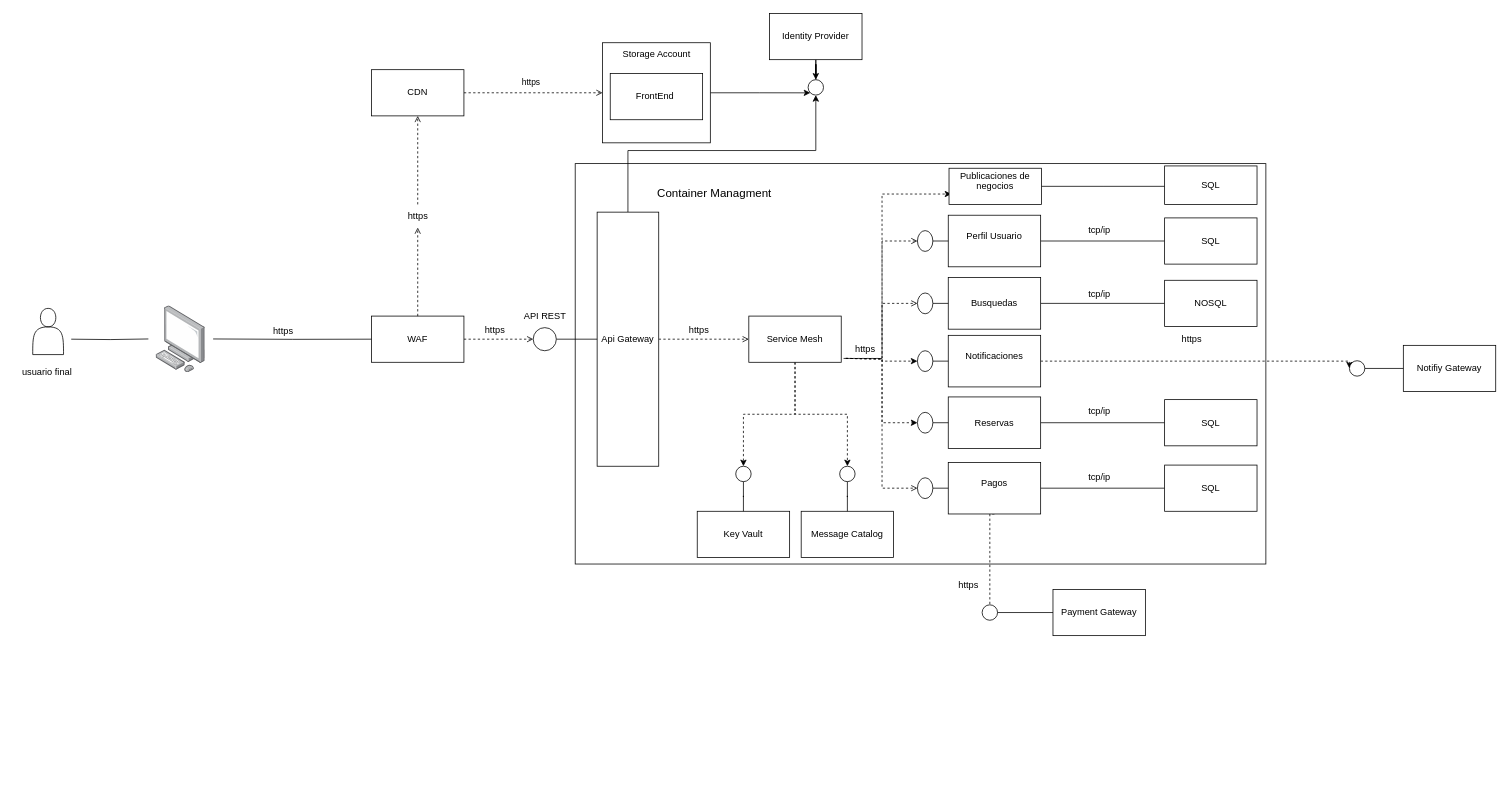
The draw.io diagram page "alternativa de solucion" (2 of 2) of Diagrama sin título.drawio in ochoa27/FindDo, before the edit. Source tidied: cells renumbered, new cells numbered last; positions are measured from the earlier drawing's top-left corner, leaving out a move shared by most shapes. Both pictures are drawn from the tidied source at 77%, with x=0, y=0 at pixel (13, 13).
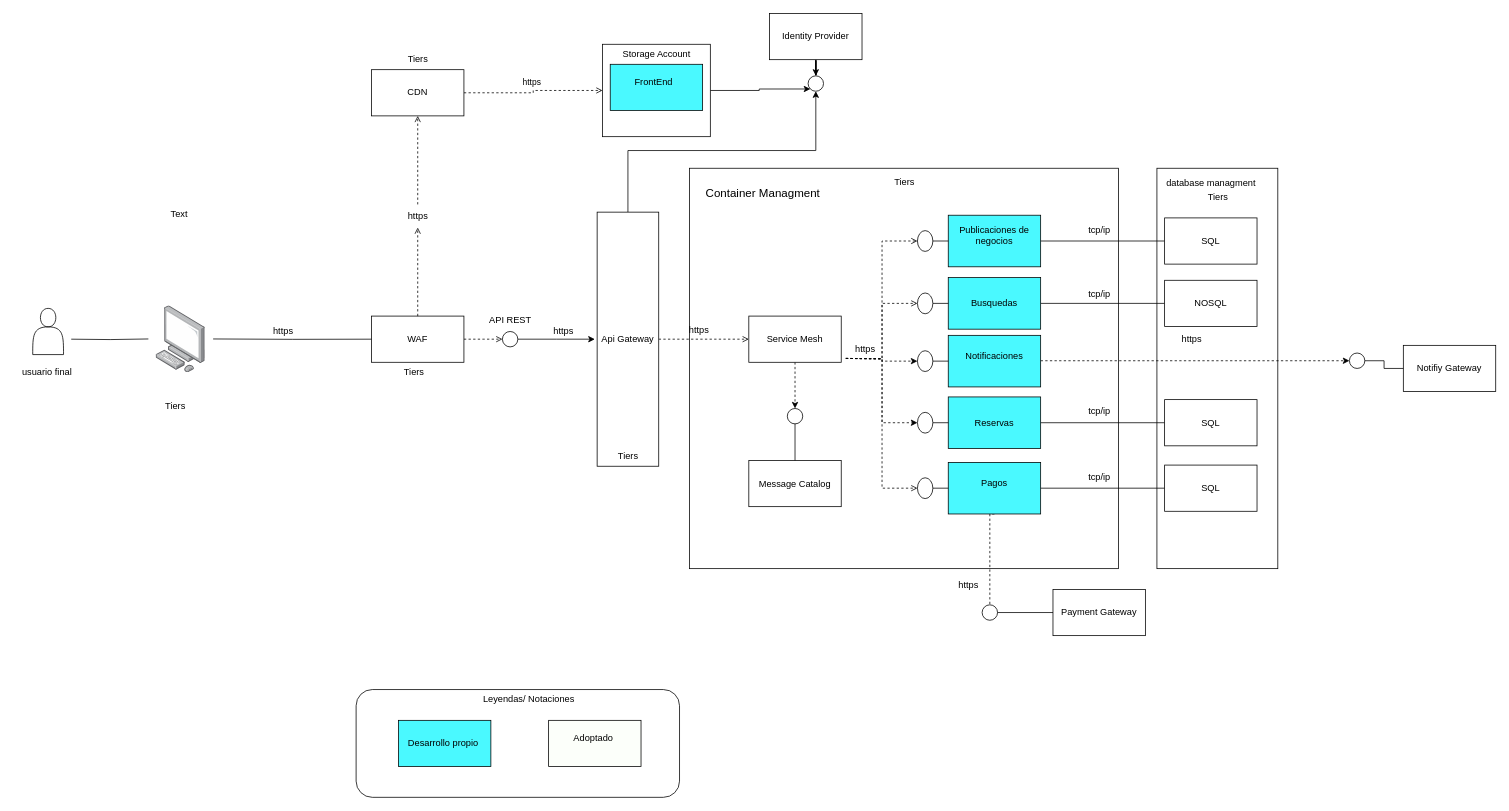
The same page after the edit.

The change refers to these unchanged cells:
```xml
<mxCell id="5" value="WAF" style="rounded=0;whiteSpace=wrap;html=1;" parent="1" vertex="1">
  <mxGeometry x="465" y="393" width="120" height="60" as="geometry" />
</mxCell>
<mxCell id="10" value="Api Gateway" style="rounded=0;whiteSpace=wrap;html=1;" parent="1" vertex="1">
  <mxGeometry x="758" y="258" width="80" height="330" as="geometry" />
</mxCell>
<mxCell id="22" value="Service Mesh" style="rounded=0;whiteSpace=wrap;html=1;" parent="1" vertex="1">
  <mxGeometry x="955" y="393" width="120" height="60" as="geometry" />
</mxCell>
```

Change to the diagram source:
```diff
@@
-    <mxCell id="2" style="rounded=0;whiteSpace=wrap;html=1;fillColor=none;" parent="1" vertex="1">
-      <mxGeometry x="729.5" y="195" width="897" height="520" as="geometry" />
-    </mxCell>
+    <mxCell id="91" style="rounded=1;whiteSpace=wrap;html=1;" parent="1" vertex="1">
+      <mxGeometry x="445" y="878" width="420" height="140" as="geometry" />
+    </mxCell>
-    <mxCell id="3" style="edgeStyle=orthogonalEdgeStyle;rounded=0;jettySize=auto;html=1;endArrow=open;endFill=0;dashed=1;" parent="1" edge="1" source="5" target="12">
-      <mxGeometry relative="1" as="geometry" />
+    <mxCell id="3" style="edgeStyle=orthogonalEdgeStyle;rounded=0;jettySize=auto;html=1;endArrow=open;endFill=0;dashed=1;" parent="1" edge="1" source="5">
+      <mxGeometry relative="1" as="geometry">
+        <mxPoint x="635" y="423" as="targetPoint" />
+      </mxGeometry>
     </mxCell>
@@
-    <mxCell id="11" style="endArrow=none;html=1;rounded=0;exitX=1;exitY=0.5;exitDx=0;exitDy=0;" parent="1" edge="1" source="12" target="10">
-      <mxGeometry relative="1" as="geometry" />
-    </mxCell>
-    <mxCell id="12" style="ellipse;whiteSpace=wrap;html=1;" parent="1" vertex="1">
-      <mxGeometry x="675" y="408" width="30" height="30" as="geometry" />
-    </mxCell>
-    <mxCell id="13" value="API REST" style="text;html=1;align=center;verticalAlign=middle;strokeColor=none;fillColor=none;" parent="1" vertex="1">
-      <mxGeometry x="650" y="378" width="80" height="30" as="geometry" />
-    </mxCell>
     <mxCell id="14" value="https" style="text;html=1;align=center;verticalAlign=middle;strokeColor=none;fillColor=none;" parent="1" vertex="1">
-      <mxGeometry x="600" y="396" width="50" height="30" as="geometry" />
+      <mxGeometry x="689" y="398" width="50" height="30" as="geometry" />
     </mxCell>
@@
-    <mxCell id="20" style="edgeStyle=orthogonalEdgeStyle;rounded=0;jettySize=auto;html=1;entryX=0.5;entryY=0;entryDx=0;entryDy=0;dashed=1;exitX=0.5;exitY=1;exitDx=0;exitDy=0;" parent="1" edge="1" source="22" target="74">
-      <mxGeometry relative="1" as="geometry" />
-    </mxCell>
@@
-    <mxCell id="25" value="Perfil Usuario&lt;div&gt;&lt;br&gt;&lt;/div&gt;" style="rounded=0;whiteSpace=wrap;html=1;" parent="1" vertex="1">
+    <mxCell id="25" value="&lt;div&gt;&lt;div&gt;Publicaciones de negocios&lt;/div&gt;&lt;div&gt;&lt;br&gt;&lt;/div&gt;&lt;/div&gt;" style="rounded=0;whiteSpace=wrap;html=1;fillColor=#4AF9FF;" parent="1" vertex="1">
       <mxGeometry x="1214" y="262" width="120" height="67" as="geometry" />
     </mxCell>
@@
-    <mxCell id="29" value="Busquedas" style="rounded=0;whiteSpace=wrap;html=1;" parent="1" vertex="1">
+    <mxCell id="29" value="Busquedas" style="rounded=0;whiteSpace=wrap;html=1;fillColor=#4AF9FF;" parent="1" vertex="1">
       <mxGeometry x="1214" y="343" width="120" height="67" as="geometry" />
     </mxCell>
@@
-    <mxCell id="34" value="Pagos&lt;div&gt;&lt;br&gt;&lt;/div&gt;" style="rounded=0;whiteSpace=wrap;html=1;" parent="1" vertex="1">
+    <mxCell id="34" value="Pagos&lt;div&gt;&lt;br&gt;&lt;/div&gt;" style="rounded=0;whiteSpace=wrap;html=1;fillColor=#4AF9FF;" parent="1" vertex="1">
       <mxGeometry x="1214" y="583" width="120" height="67" as="geometry" />
     </mxCell>
@@
-    <mxCell id="37" style="edgeStyle=orthogonalEdgeStyle;rounded=0;orthogonalLoop=1;jettySize=auto;html=1;entryX=0;entryY=0.5;entryDx=0;entryDy=0;exitX=1;exitY=0.75;exitDx=0;exitDy=0;dashed=1;" parent="1" edge="1">
-      <mxGeometry relative="1" as="geometry">
-        <mxPoint x="1078" y="448" as="sourcePoint" />
-        <mxPoint x="1218" y="234.5" as="targetPoint" />
-        <Array as="points">
-          <mxPoint x="1128" y="448" />
-          <mxPoint x="1128" y="235" />
-        </Array>
-      </mxGeometry>
-    </mxCell>
@@
     <mxCell id="46" style="rounded=0;whiteSpace=wrap;html=1;" parent="1" vertex="1">
-      <mxGeometry x="765" y="38" width="140" height="130" as="geometry" />
+      <mxGeometry x="765" y="40" width="140" height="120" as="geometry" />
     </mxCell>
@@
-    <mxCell id="48" value="FrontEnd&amp;nbsp;" style="rounded=0;whiteSpace=wrap;html=1;" parent="1" vertex="1">
-      <mxGeometry x="775" y="78" width="120" height="60" as="geometry" />
+    <mxCell id="48" value="FrontEnd&amp;nbsp;&amp;nbsp;&lt;div&gt;&lt;br&gt;&lt;/div&gt;" style="rounded=0;whiteSpace=wrap;html=1;fillColor=#4AF9FF;" parent="1" vertex="1">
+      <mxGeometry x="775" y="66" width="120" height="60" as="geometry" />
     </mxCell>
@@
-    <mxCell id="56" value="Reservas" style="rounded=0;whiteSpace=wrap;html=1;" parent="1" vertex="1">
+    <mxCell id="56" value="Reservas" style="rounded=0;whiteSpace=wrap;html=1;fillColor=#4AF9FF;" parent="1" vertex="1">
       <mxGeometry x="1214" y="498" width="120" height="67" as="geometry" />
     </mxCell>
@@
-    <mxCell id="62" value="Notificaciones&lt;div&gt;&lt;br&gt;&lt;/div&gt;" style="rounded=0;whiteSpace=wrap;html=1;" parent="1" vertex="1">
+    <mxCell id="62" value="Notificaciones&lt;div&gt;&lt;br&gt;&lt;/div&gt;" style="rounded=0;whiteSpace=wrap;html=1;fillColor=#4AF9FF;" parent="1" vertex="1">
       <mxGeometry x="1214" y="418" width="120" height="67" as="geometry" />
     </mxCell>
@@
     <mxCell id="70" style="ellipse;whiteSpace=wrap;html=1;" parent="1" vertex="1">
-      <mxGeometry x="1735" y="451" width="20" height="20" as="geometry" />
+      <mxGeometry x="1735" y="441" width="20" height="20" as="geometry" />
     </mxCell>
@@
-    <mxCell id="73" value="Key Vault" style="rounded=0;whiteSpace=wrap;html=1;" parent="1" vertex="1">
-      <mxGeometry x="888" y="646.5" width="120" height="60" as="geometry" />
-    </mxCell>
-    <mxCell id="74" style="ellipse;whiteSpace=wrap;html=1;" parent="1" vertex="1">
-      <mxGeometry x="938" y="588" width="20" height="20" as="geometry" />
-    </mxCell>
-    <mxCell id="75" style="edgeStyle=orthogonalEdgeStyle;rounded=0;jettySize=auto;html=1;entryX=0.5;entryY=0;entryDx=0;entryDy=0;endArrow=none;endFill=0;" parent="1" edge="1" source="74" target="73">
-      <mxGeometry relative="1" as="geometry" />
-    </mxCell>
     <mxCell id="76" value="Message Catalog" style="rounded=0;whiteSpace=wrap;html=1;" parent="1" vertex="1">
-      <mxGeometry x="1023" y="646.5" width="120" height="60" as="geometry" />
+      <mxGeometry x="955" y="580.5" width="120" height="60" as="geometry" />
     </mxCell>
     <mxCell id="77" style="ellipse;whiteSpace=wrap;html=1;" parent="1" vertex="1">
-      <mxGeometry x="1073" y="588" width="20" height="20" as="geometry" />
+      <mxGeometry x="1005" y="513" width="20" height="20" as="geometry" />
     </mxCell>
@@
     <mxCell id="79" value="Container Managment" style="text;html=1;align=center;verticalAlign=middle;strokeColor=none;fillColor=none;fontSize=15;" parent="1" vertex="1">
-      <mxGeometry x="825" y="218" width="170" height="30" as="geometry" />
+      <mxGeometry x="888" y="218" width="170" height="30" as="geometry" />
     </mxCell>
@@
     <mxCell id="85" style="ellipse;whiteSpace=wrap;html=1;" parent="1" vertex="1">
-      <mxGeometry x="1032" y="86" width="20" height="20" as="geometry" />
+      <mxGeometry x="1032" y="81" width="20" height="20" as="geometry" />
     </mxCell>
-    <mxCell id="86" style="edgeStyle=orthogonalEdgeStyle;rounded=0;jettySize=auto;html=1;endArrow=none;endFill=0;" parent="1" edge="1" source="87">
-      <mxGeometry relative="1" as="geometry">
-        <mxPoint x="1495" y="224.5" as="targetPoint" />
-      </mxGeometry>
-    </mxCell>
-    <mxCell id="87" value="&lt;div&gt;Publicaciones de negocios&lt;/div&gt;&lt;div&gt;&lt;br&gt;&lt;/div&gt;" style="rounded=0;whiteSpace=wrap;html=1;" parent="1" vertex="1">
-      <mxGeometry x="1215" y="201" width="120" height="47" as="geometry" />
-    </mxCell>
-    <mxCell id="88" value="SQL" style="rounded=0;whiteSpace=wrap;html=1;" parent="1" vertex="1">
-      <mxGeometry x="1495" y="198" width="120" height="50" as="geometry" />
-    </mxCell>
+    <mxCell id="2" style="rounded=0;whiteSpace=wrap;html=1;fillColor=none;" parent="1" vertex="1">
+      <mxGeometry x="878" y="201" width="557" height="520" as="geometry" />
+    </mxCell>
@@
+    <mxCell id="92" style="edgeStyle=orthogonalEdgeStyle;rounded=0;jettySize=auto;html=1;" parent="1" edge="1" source="93">
+      <mxGeometry relative="1" as="geometry">
+        <mxPoint x="755" y="423" as="targetPoint" />
+      </mxGeometry>
+    </mxCell>
+    <mxCell id="93" style="ellipse;whiteSpace=wrap;html=1;" parent="1" vertex="1">
+      <mxGeometry x="635" y="413" width="20" height="20" as="geometry" />
+    </mxCell>
+    <mxCell id="13" value="API REST" style="text;html=1;align=center;verticalAlign=middle;strokeColor=none;fillColor=none;" parent="1" vertex="1">
+      <mxGeometry x="605" y="383" width="80" height="30" as="geometry" />
+    </mxCell>
+    <mxCell id="94" value="&lt;div&gt;&lt;br&gt;&lt;/div&gt;" style="text;html=1;align=center;verticalAlign=middle;strokeColor=none;fillColor=none;" parent="1" vertex="1">
+      <mxGeometry x="515" y="466.5" width="20" height="30" as="geometry" />
+    </mxCell>
+    <mxCell id="95" value="&lt;div&gt;Desarrollo propio&amp;nbsp;&lt;/div&gt;" style="rounded=0;whiteSpace=wrap;html=1;fillColor=#4AF9FF;" parent="1" vertex="1">
+      <mxGeometry x="500" y="918" width="120" height="60" as="geometry" />
+    </mxCell>
+    <mxCell id="96" value="&lt;div&gt;Adoptado&amp;nbsp;&lt;/div&gt;&lt;div&gt;&lt;br&gt;&lt;/div&gt;" style="rounded=0;whiteSpace=wrap;html=1;fillColor=#FCFFFA;" parent="1" vertex="1">
+      <mxGeometry x="695" y="918" width="120" height="60" as="geometry" />
+    </mxCell>
+    <mxCell id="97" value="Leyendas/ Notaciones&lt;div&gt;&lt;br&gt;&lt;/div&gt;" style="text;html=1;align=center;verticalAlign=middle;strokeColor=none;fillColor=none;" parent="1" vertex="1">
+      <mxGeometry x="599" y="878" width="140" height="40" as="geometry" />
+    </mxCell>
+    <mxCell id="98" style="rounded=0;whiteSpace=wrap;html=1;fillColor=none;" parent="1" vertex="1">
+      <mxGeometry x="1485" y="201" width="157" height="520" as="geometry" />
+    </mxCell>
+    <mxCell id="99" value="database managment&lt;div&gt;&lt;br&gt;&lt;/div&gt;" style="text;html=1;align=center;verticalAlign=middle;strokeColor=none;fillColor=none;" parent="1" vertex="1">
+      <mxGeometry x="1485" y="208" width="140" height="40" as="geometry" />
+    </mxCell>
+    <mxCell id="100" value="Tiers&lt;div&gt;&lt;br&gt;&lt;/div&gt;" style="text;html=1;align=center;verticalAlign=middle;strokeColor=none;fillColor=none;" parent="1" vertex="1">
+      <mxGeometry x="185" y="496.5" width="50" height="40" as="geometry" />
+    </mxCell>
+    <mxCell id="101" value="Text" style="text;html=1;align=center;verticalAlign=middle;strokeColor=none;fillColor=none;" parent="1" vertex="1">
+      <mxGeometry x="190" y="246" width="50" height="30" as="geometry" />
+    </mxCell>
+    <mxCell id="102" value="Tiers&lt;div&gt;&lt;br&gt;&lt;/div&gt;" style="text;html=1;align=center;verticalAlign=middle;strokeColor=none;fillColor=none;" parent="1" vertex="1">
+      <mxGeometry x="500" y="46" width="50" height="40" as="geometry" />
+    </mxCell>
+    <mxCell id="103" value="Tiers&lt;div&gt;&lt;br&gt;&lt;/div&gt;" style="text;html=1;align=center;verticalAlign=middle;strokeColor=none;fillColor=none;" parent="1" vertex="1">
+      <mxGeometry x="773" y="561.5" width="50" height="40" as="geometry" />
+    </mxCell>
+    <mxCell id="104" value="Tiers&lt;div&gt;&lt;br&gt;&lt;/div&gt;" style="text;html=1;align=center;verticalAlign=middle;strokeColor=none;fillColor=none;" parent="1" vertex="1">
+      <mxGeometry x="495" y="453" width="50" height="40" as="geometry" />
+    </mxCell>
+    <mxCell id="105" value="Tiers&lt;div&gt;&lt;br&gt;&lt;/div&gt;" style="text;html=1;align=center;verticalAlign=middle;strokeColor=none;fillColor=none;" parent="1" vertex="1">
+      <mxGeometry x="1131.5" y="206" width="50" height="40" as="geometry" />
+    </mxCell>
+    <mxCell id="106" value="Tiers&lt;div&gt;&lt;br&gt;&lt;/div&gt;" style="text;html=1;align=center;verticalAlign=middle;strokeColor=none;fillColor=none;" parent="1" vertex="1">
+      <mxGeometry x="1538.5" y="225.5" width="50" height="40" as="geometry" />
+    </mxCell>
+    <mxCell id="107" style="text;html=1;align=center;verticalAlign=middle;strokeColor=none;fillColor=none;" parent="1" vertex="1">
+      <mxGeometry x="1435" y="856" width="20" height="30" as="geometry" />
+    </mxCell>
```
